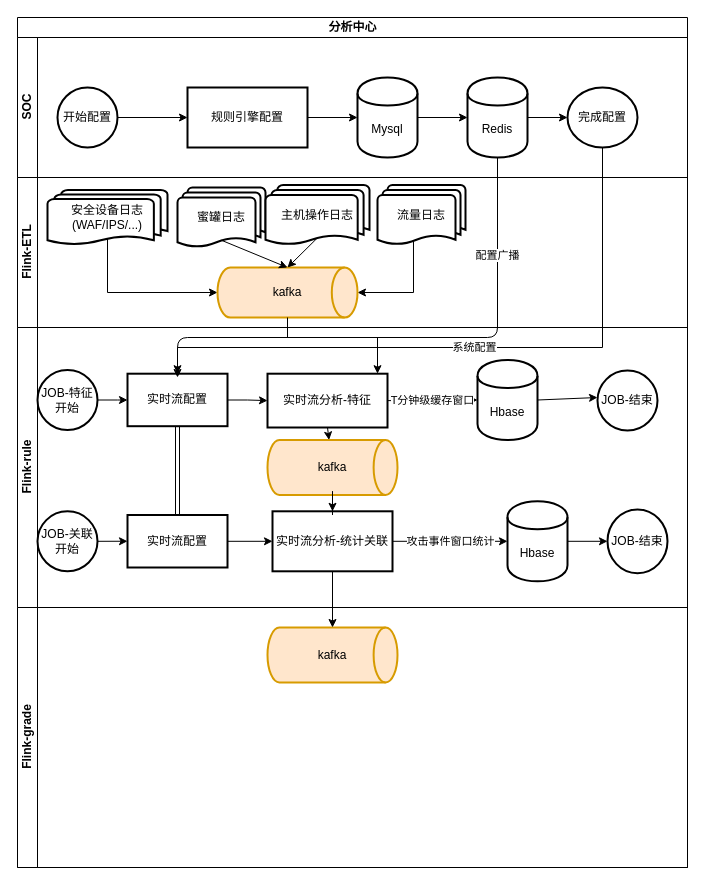
Before: 分析模块流程.drawio in liujianqun/draw, a draw.io diagram. Source tidied: cells renumbered, new cells numbered last; positions are measured from the earlier drawing's top-left corner, leaving out a move shared by most shapes. Both pictures are drawn from the tidied source at 100%, with x=0, y=0 at pixel (17, 17).
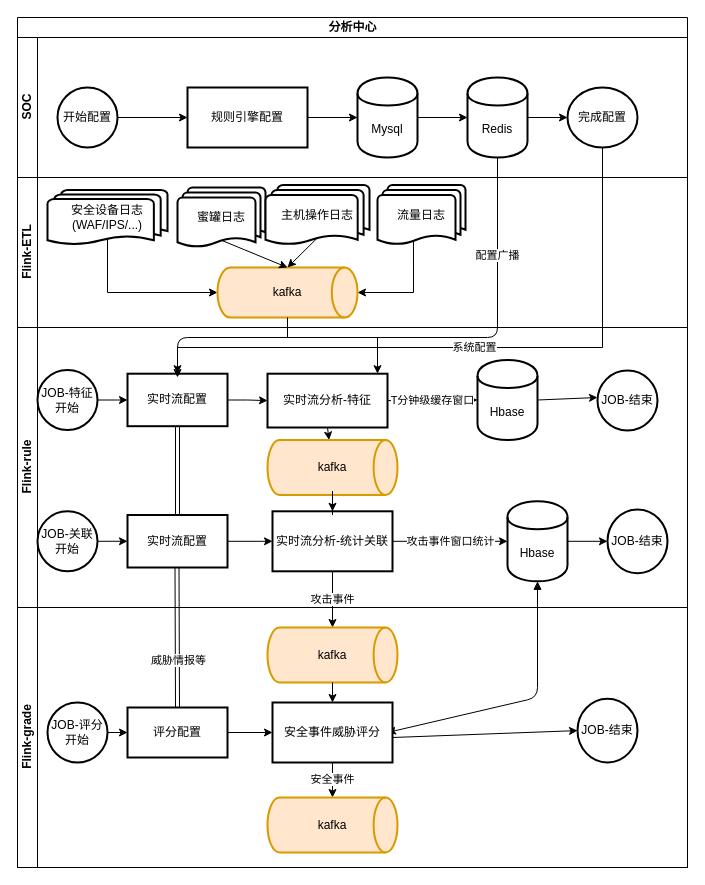
Above is the later version.

Commit message (it also covers changes not shown here):
Update 分析模块流程.drawio

The change refers to these unchanged cells:
```xml
<mxCell id="2" value="分析中心" style="swimlane;html=1;horizontal=1;startSize=20;" parent="1" vertex="1">
  <mxGeometry width="670" height="850" as="geometry" />
</mxCell>
<mxCell id="26" value="Flink-rule" style="swimlane;html=1;startSize=20;horizontal=0;" parent="2" vertex="1">
  <mxGeometry y="310" width="670" height="280" as="geometry" />
</mxCell>
<mxCell id="37" value="实时流分析-统计关联" style="whiteSpace=wrap;html=1;shadow=0;strokeWidth=2;sketch=0;" parent="26" vertex="1">
  <mxGeometry x="255" y="183.8" width="120" height="60" as="geometry" />
</mxCell>
<mxCell id="46" value="Hbase" style="shape=cylinder;whiteSpace=wrap;html=1;boundedLbl=1;backgroundOutline=1;strokeWidth=2;" parent="26" vertex="1">
  <mxGeometry x="490" y="173.8" width="60" height="80" as="geometry" />
</mxCell>
<mxCell id="49" value="Flink-grade" style="swimlane;html=1;startSize=20;horizontal=0;" parent="2" vertex="1">
  <mxGeometry y="590" width="670" height="260" as="geometry" />
</mxCell>
<mxCell id="50" value="kafka" style="strokeWidth=2;html=1;shape=mxgraph.flowchart.direct_data;whiteSpace=wrap;fillColor=#ffe6cc;strokeColor=#d79b00;labelBackgroundColor=none;shadow=0;sketch=0;" parent="49" vertex="1">
  <mxGeometry x="250" y="20" width="130" height="55" as="geometry" />
</mxCell>
```

What changed in the source:
```diff
@@
+    <mxCell id="53" style="endArrow=classic;html=1;shape=link;entryX=0.5;entryY=1;entryDx=0;entryDy=0;exitX=0.5;exitY=0;exitDx=0;exitDy=0;" parent="26" edge="1" source="56">
+      <mxGeometry relative="1" as="geometry">
+        <mxPoint x="159.5" y="240" as="targetPoint" />
+      </mxGeometry>
+    </mxCell>
+    <mxCell id="54" value="威胁情报等" style="edgeLabel;html=1;align=center;verticalAlign=middle;" parent="53" vertex="1">
+      <mxGeometry x="-0.33" y="-1" relative="1" as="geometry" />
+    </mxCell>
+    <mxCell id="51" value="攻击事件" style="edgeStyle=orthogonalEdgeStyle;rounded=0;jettySize=auto;html=1;" parent="2" edge="1" source="37" target="50">
+      <mxGeometry relative="1" as="geometry" />
+    </mxCell>
+    <mxCell id="55" style="rounded=1;jettySize=auto;html=1;exitX=0.5;exitY=1;exitDx=0;exitDy=0;startArrow=block;startFill=1;entryX=0.958;entryY=0.5;entryDx=0;entryDy=0;entryPerimeter=0;" parent="2" edge="1" source="46" target="58">
+      <mxGeometry relative="1" as="geometry">
+        <Array as="points">
+          <mxPoint x="520" y="680" />
+        </Array>
+      </mxGeometry>
+    </mxCell>
@@
-    <mxCell id="51" style="edgeStyle=orthogonalEdgeStyle;rounded=0;jettySize=auto;html=1;" parent="2" edge="1" source="37" target="50">
-      <mxGeometry relative="1" as="geometry" />
-    </mxCell>
+    <mxCell id="56" value="评分配置" style="whiteSpace=wrap;html=1;strokeWidth=2;" parent="49" vertex="1">
+      <mxGeometry x="110" y="100" width="100" height="50" as="geometry" />
+    </mxCell>
+    <mxCell id="57" value="安全事件" style="edgeStyle=orthogonalEdgeStyle;rounded=0;jettySize=auto;html=1;" parent="49" edge="1" source="58" target="61">
+      <mxGeometry relative="1" as="geometry" />
+    </mxCell>
+    <mxCell id="58" value="安全事件威胁评分" style="whiteSpace=wrap;html=1;strokeWidth=2;" parent="49" vertex="1">
+      <mxGeometry x="255" y="95" width="120" height="60" as="geometry" />
+    </mxCell>
+    <mxCell id="59" style="edgeStyle=orthogonalEdgeStyle;rounded=0;jettySize=auto;html=1;" parent="49" edge="1" source="56" target="58">
+      <mxGeometry relative="1" as="geometry" />
+    </mxCell>
+    <mxCell id="60" style="endArrow=classic;html=1;exitX=0.5;exitY=1;exitDx=0;exitDy=0;exitPerimeter=0;entryX=0.5;entryY=0;entryDx=0;entryDy=0;" parent="49" edge="1" source="50" target="58">
+      <mxGeometry relative="1" as="geometry" />
+    </mxCell>
+    <mxCell id="61" value="kafka" style="strokeWidth=2;html=1;shape=mxgraph.flowchart.direct_data;whiteSpace=wrap;fillColor=#ffe6cc;strokeColor=#d79b00;labelBackgroundColor=none;shadow=0;sketch=0;" parent="49" vertex="1">
+      <mxGeometry x="250" y="190" width="130" height="55" as="geometry" />
+    </mxCell>
+    <mxCell id="62" value="JOB-结束" style="ellipse;whiteSpace=wrap;html=1;strokeWidth=2;" parent="49" vertex="1">
+      <mxGeometry x="560" y="91.2" width="60" height="63.8" as="geometry" />
+    </mxCell>
+    <mxCell id="63" style="endArrow=classic;html=1;strokeColor=#000000;entryX=0;entryY=0.5;entryDx=0;entryDy=0;" parent="49" edge="1" target="62">
+      <mxGeometry relative="1" as="geometry">
+        <mxPoint x="375" y="130" as="sourcePoint" />
+      </mxGeometry>
+    </mxCell>
+    <mxCell id="64" style="edgeStyle=none;rounded=1;jettySize=auto;html=1;entryX=0;entryY=0.5;entryDx=0;entryDy=0;startArrow=none;startFill=0;strokeColor=#000000;endArrow=classic;endFill=1;" parent="49" edge="1" source="65" target="56">
+      <mxGeometry relative="1" as="geometry" />
+    </mxCell>
+    <mxCell id="65" value="JOB-评分开始" style="strokeWidth=2;html=1;shape=mxgraph.flowchart.start_2;whiteSpace=wrap;" parent="49" vertex="1">
+      <mxGeometry x="30" y="95" width="60" height="60" as="geometry" />
+    </mxCell>
```
